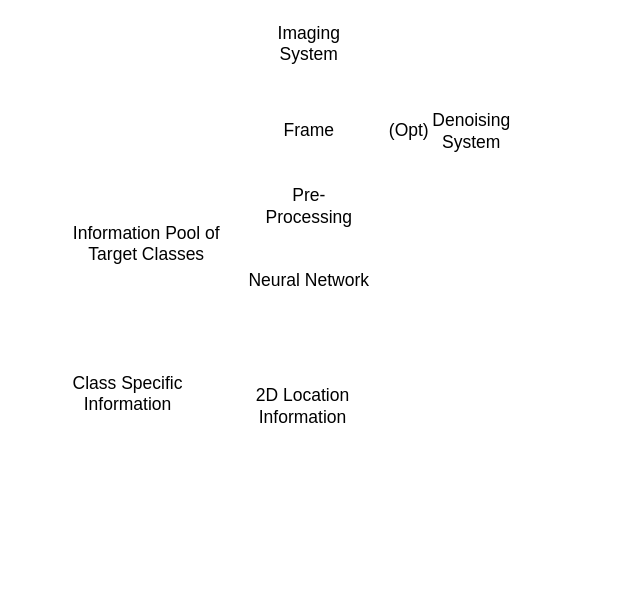
This is Imaging-And-Estimation-System.drawio from jukkajo/satunnaista-tavaraa, a draw.io file, before an edit. Source tidied: cells renumbered, new cells numbered last; positions are measured from the earlier drawing's top-left corner, leaving out a move shared by most shapes. Both pictures are drawn from the tidied source at 125%, with x=0, y=0 at pixel (71, 24).
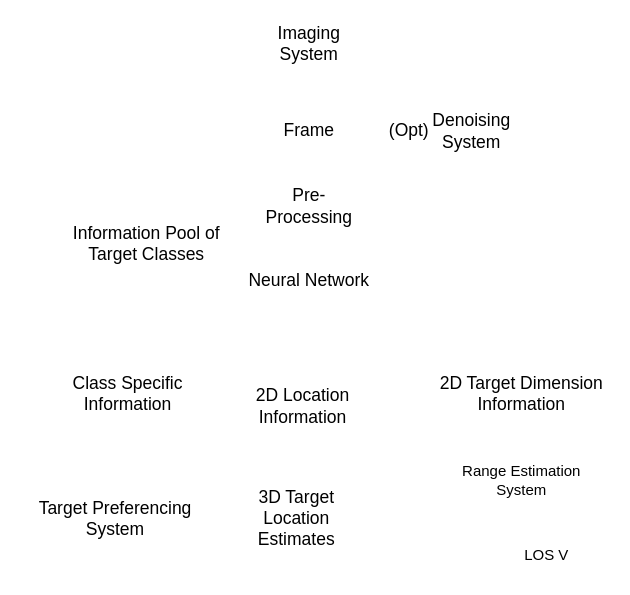
The same page after the edit.

Change to the diagram source:
```diff
@@
 <mxGraphModel>
   <root>
     <mxCell id="0" />
     <mxCell id="1" parent="0" />
     <mxCell id="2" value="&lt;font style=&quot;font-size: 14px;&quot;&gt;Imaging System&lt;/font&gt;" style="text;html=1;align=center;verticalAlign=middle;whiteSpace=wrap;rounded=0;" parent="1" vertex="1">
       <mxGeometry x="160" width="60" height="30" as="geometry" />
     </mxCell>
     <mxCell id="3" value="&lt;font style=&quot;font-size: 14px;&quot;&gt;Frame&lt;/font&gt;" style="text;html=1;align=center;verticalAlign=middle;whiteSpace=wrap;rounded=0;" parent="1" vertex="1">
       <mxGeometry x="160" y="70" width="60" height="30" as="geometry" />
     </mxCell>
     <mxCell id="4" value="&lt;font style=&quot;font-size: 14px;&quot;&gt;Denoising System&lt;/font&gt;" style="text;html=1;align=center;verticalAlign=middle;whiteSpace=wrap;rounded=0;" parent="1" vertex="1">
       <mxGeometry x="290" y="70" width="60" height="30" as="geometry" />
     </mxCell>
     <mxCell id="5" value="&lt;font style=&quot;font-size: 14px;&quot;&gt;(Opt)&lt;/font&gt;" style="text;html=1;align=center;verticalAlign=middle;whiteSpace=wrap;rounded=0;" parent="1" vertex="1">
       <mxGeometry x="240" y="70" width="60" height="30" as="geometry" />
     </mxCell>
     <mxCell id="6" value="&lt;font style=&quot;font-size: 14px;&quot;&gt;Pre-Processing&lt;/font&gt;" style="text;html=1;align=center;verticalAlign=middle;whiteSpace=wrap;rounded=0;" parent="1" vertex="1">
       <mxGeometry x="160" y="130" width="60" height="30" as="geometry" />
     </mxCell>
     <mxCell id="7" value="&lt;font style=&quot;font-size: 14px;&quot;&gt;&lt;font style=&quot;font-size: 14px;&quot;&gt;Information Pool of &lt;/font&gt;&lt;/font&gt;&lt;font style=&quot;font-size: 14px;&quot;&gt;Target&lt;font style=&quot;font-size: 14px;&quot;&gt; Classes &lt;/font&gt;&lt;/font&gt;" style="text;html=1;align=center;verticalAlign=middle;whiteSpace=wrap;rounded=0;" parent="1" vertex="1">
       <mxGeometry y="160" width="120" height="30" as="geometry" />
     </mxCell>
     <mxCell id="8" value="&lt;font style=&quot;font-size: 14px;&quot;&gt;Neural Network&lt;br&gt;&lt;/font&gt;" style="text;html=1;align=center;verticalAlign=middle;whiteSpace=wrap;rounded=0;" parent="1" vertex="1">
       <mxGeometry x="140" y="190" width="100" height="30" as="geometry" />
     </mxCell>
     <mxCell id="9" value="&lt;font style=&quot;font-size: 14px;&quot;&gt;Class Specific Information&lt;/font&gt;" style="text;html=1;align=center;verticalAlign=middle;whiteSpace=wrap;rounded=0;" parent="1" vertex="1">
       <mxGeometry y="280" width="90" height="30" as="geometry" />
     </mxCell>
     <mxCell id="10" value="&lt;font style=&quot;font-size: 14px;&quot;&gt;2D Location Information&lt;br&gt;&lt;/font&gt;" style="text;html=1;align=center;verticalAlign=middle;whiteSpace=wrap;rounded=0;" parent="1" vertex="1">
       <mxGeometry x="140" y="290" width="90" height="30" as="geometry" />
     </mxCell>
+    <mxCell id="11" value="&lt;font style=&quot;font-size: 14px;&quot;&gt;2D Target Dimension Information&lt;/font&gt;" style="text;html=1;align=center;verticalAlign=middle;whiteSpace=wrap;rounded=0;" parent="1" vertex="1">
+      <mxGeometry x="290" y="280" width="140" height="30" as="geometry" />
+    </mxCell>
+    <mxCell id="12" value="&lt;div style=&quot;font-size: 14px;&quot;&gt;&lt;font style=&quot;font-size: 14px;&quot;&gt;Target Preferencing&lt;/font&gt;&lt;/div&gt;&lt;div style=&quot;font-size: 14px;&quot;&gt;&lt;font style=&quot;font-size: 14px;&quot;&gt;&lt;font style=&quot;font-size: 14px;&quot;&gt;System&lt;/font&gt;&lt;br&gt;&lt;/font&gt;&lt;/div&gt;" style="text;html=1;align=center;verticalAlign=middle;whiteSpace=wrap;rounded=0;" parent="1" vertex="1">
+      <mxGeometry x="-40" y="380" width="150" height="30" as="geometry" />
+    </mxCell>
+    <mxCell id="13" value="&lt;font style=&quot;font-size: 14px;&quot;&gt;3D Target Location Estimates&lt;br&gt;&lt;/font&gt;" style="text;html=1;align=center;verticalAlign=middle;whiteSpace=wrap;rounded=0;" parent="1" vertex="1">
+      <mxGeometry x="130" y="380" width="100" height="30" as="geometry" />
+    </mxCell>
+    <mxCell id="14" value="Range Estimation System" style="text;html=1;align=center;verticalAlign=middle;whiteSpace=wrap;rounded=0;" parent="1" vertex="1">
+      <mxGeometry x="310" y="350" width="100" height="30" as="geometry" />
+    </mxCell>
+    <mxCell id="15" value="LOS V" style="text;html=1;align=center;verticalAlign=middle;whiteSpace=wrap;rounded=0;" parent="1" vertex="1">
+      <mxGeometry x="350" y="410" width="60" height="30" as="geometry" />
+    </mxCell>
   </root>
 </mxGraphModel>
```
